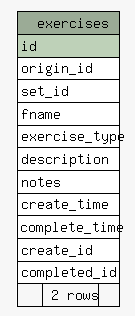
Above: dbDocs/diagrams/summary/exercises.1degree.png in btv/DED_backend (Graphviz), before the change. Its source is kept beside it as dbDocs/diagrams/summary/exercises.1degree.dot.
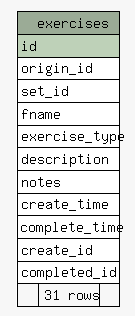
After the commit.

Change to the diagram source:
```diff
@@ -30,7 +30,7 @@
       <TR><TD PORT="complete_time" COLSPAN="3" ALIGN="LEFT">complete_time</TD></TR>
       <TR><TD PORT="create_id" COLSPAN="3" ALIGN="LEFT">create_id</TD></TR>
       <TR><TD PORT="completed_id" COLSPAN="3" ALIGN="LEFT">completed_id</TD></TR>
-      <TR><TD ALIGN="LEFT" BGCOLOR="#f7f7f7">  </TD><TD ALIGN="RIGHT" BGCOLOR="#f7f7f7">2 rows</TD><TD ALIGN="RIGHT" BGCOLOR="#f7f7f7">  </TD></TR>
+      <TR><TD ALIGN="LEFT" BGCOLOR="#f7f7f7">  </TD><TD ALIGN="RIGHT" BGCOLOR="#f7f7f7">31 rows</TD><TD ALIGN="RIGHT" BGCOLOR="#f7f7f7">  </TD></TR>
     </TABLE>>
     URL="tables/exercises.html"
     tooltip="exercises"
```
